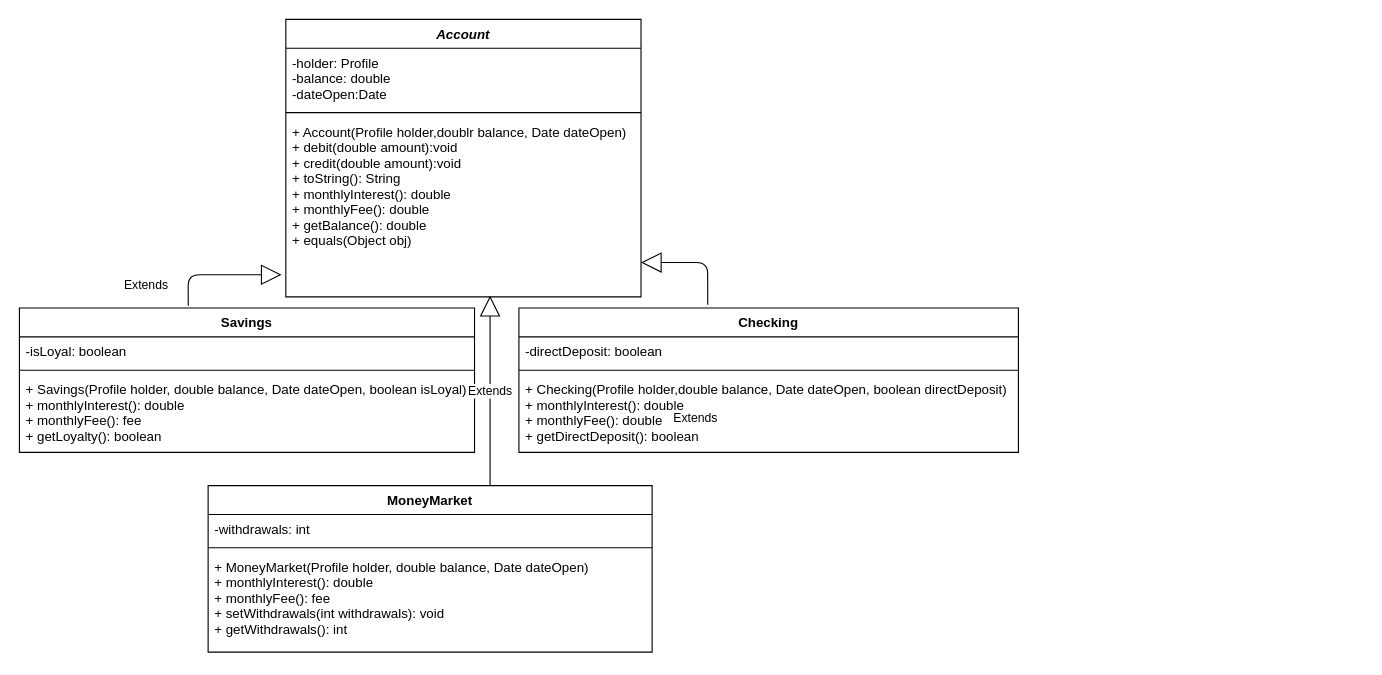
This is Untitled Diagram.drawio from Joseph-Hawkins/Transaction-Management-System, a draw.io file, before an edit. Source tidied: cells renumbered, new cells numbered last; positions are measured from the earlier drawing's top-left corner, leaving out a move shared by most shapes. Both pictures are drawn from the tidied source at 111%, with x=0, y=0 at pixel (19, 19).
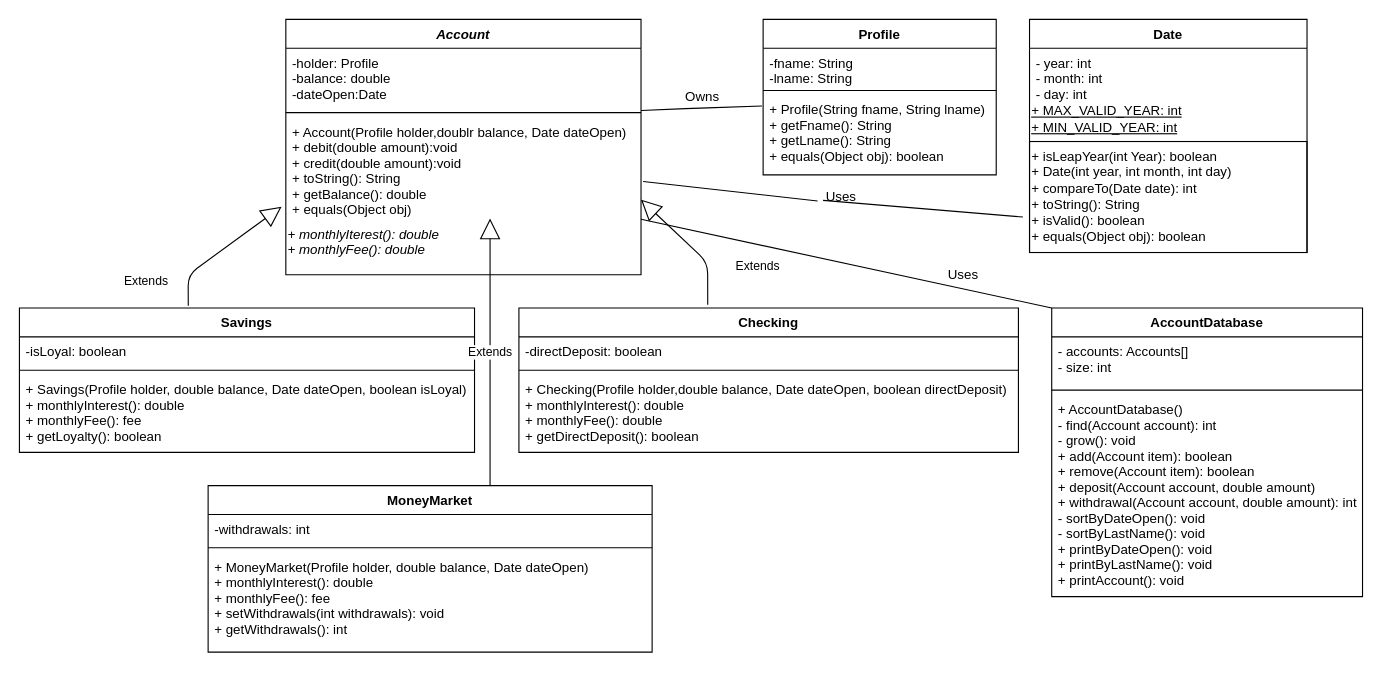
Above is the later version.

The change refers to these unchanged cells:
```xml
<mxCell id="7" value="-holder: Profile&#10;-balance: double&#10;-dateOpen:Date" style="text;strokeColor=none;fillColor=none;align=left;verticalAlign=top;spacingLeft=4;spacingRight=4;overflow=hidden;points=[[0,0.5],[1,0.5]];portConstraint=eastwest;" parent="6" vertex="1">
  <mxGeometry y="26" width="320" height="54" as="geometry" />
</mxCell>
<mxCell id="10" value="Checking" style="swimlane;fontStyle=1;align=center;verticalAlign=top;horizontal=1;startSize=26;" parent="1" vertex="1">
  <mxGeometry x="450" y="260" width="450" height="130" as="geometry" />
</mxCell>
```

The edit, as a diff of the source:
```diff
@@
     <mxCell id="6" value="Account" style="swimlane;fontStyle=3;align=center;verticalAlign=top;horizontal=1;startSize=26;" parent="1" vertex="1">
-      <mxGeometry x="240" width="320" height="250" as="geometry" />
+      <mxGeometry x="240" width="320" height="230" as="geometry" />
     </mxCell>
@@
-    <mxCell id="9" value="+ Account(Profile holder,doublr balance, Date dateOpen)&#10;+ debit(double amount):void&#10;+ credit(double amount):void&#10;+ toString(): String&#10;+ monthlyInterest(): double&#10;+ monthlyFee(): double&#10;+ getBalance(): double&#10;+ equals(Object obj)&#10;" style="text;strokeColor=none;fillColor=none;align=left;verticalAlign=top;spacingLeft=4;spacingRight=4;overflow=hidden;points=[[0,0.5],[1,0.5]];portConstraint=eastwest;fontStyle=0;" parent="6" vertex="1">
-      <mxGeometry y="88" width="320" height="162" as="geometry" />
+    <mxCell id="9" value="+ Account(Profile holder,doublr balance, Date dateOpen)&#10;+ debit(double amount):void&#10;+ credit(double amount):void&#10;+ toString(): String&#10;+ getBalance(): double&#10;+ equals(Object obj)&#10;" style="text;strokeColor=none;fillColor=none;align=left;verticalAlign=top;spacingLeft=4;spacingRight=4;overflow=hidden;points=[[0,0.5],[1,0.5]];portConstraint=eastwest;fontStyle=0;" parent="6" vertex="1">
+      <mxGeometry y="88" width="320" height="92" as="geometry" />
     </mxCell>
+    <mxCell id="21" value="+ monthlyIterest(): double&#10;+ monthlyFee(): double" style="fillColor=none;strokeColor=none;align=left;labelPosition=center;verticalLabelPosition=middle;verticalAlign=top;fontStyle=2;" parent="6" vertex="1">
+      <mxGeometry y="180" width="320" height="50" as="geometry" />
+    </mxCell>
@@
     <mxCell id="19" value="Extends" style="endArrow=block;endSize=16;endFill=0;html=1;exitX=0.378;exitY=-0.023;exitDx=0;exitDy=0;exitPerimeter=0;entryX=1;entryY=0.809;entryDx=0;entryDy=0;entryPerimeter=0;" parent="1" edge="1" source="10" target="9">
-      <mxGeometry y="140" relative="1" as="geometry">
+      <mxGeometry x="-0.23" y="-30" relative="1" as="geometry">
         <Array as="points">
           <mxPoint x="620" y="219" />
         </Array>
+        <mxPoint x="30" y="30" as="offset" />
       </mxGeometry>
     </mxCell>
@@
+    <mxCell id="22" value="Profile" style="swimlane;fontStyle=1;align=center;verticalAlign=top;horizontal=1;startSize=26;" parent="1" vertex="1">
+      <mxGeometry x="670" width="210" height="140" as="geometry" />
+    </mxCell>
+    <mxCell id="23" value="-fname: String&#10;-lname: String" style="text;strokeColor=none;fillColor=none;align=left;verticalAlign=top;spacingLeft=4;spacingRight=4;overflow=hidden;" parent="22" vertex="1">
+      <mxGeometry y="26" width="210" height="34" as="geometry" />
+    </mxCell>
+    <mxCell id="24" style="line;strokeWidth=1;fillColor=none;align=left;verticalAlign=middle;spacingTop=-1;spacingLeft=3;spacingRight=3;labelPosition=right;" parent="22" vertex="1">
+      <mxGeometry y="60" width="210" height="8" as="geometry" />
+    </mxCell>
+    <mxCell id="25" value="+ Profile(String fname, String lname)&#10;+ getFname(): String&#10;+ getLname(): String&#10;+ equals(Object obj): boolean&#10;" style="text;strokeColor=none;fillColor=none;align=left;verticalAlign=top;spacingLeft=4;spacingRight=4;overflow=hidden;points=[[0,0.5],[1,0.5]];portConstraint=eastwest;" parent="22" vertex="1">
+      <mxGeometry y="68" width="210" height="72" as="geometry" />
+    </mxCell>
+    <mxCell id="26" style="endArrow=none;html=1;fontColor=#000000;align=left;entryX=-0.005;entryY=0.139;entryDx=0;entryDy=0;entryPerimeter=0;exitX=1;exitY=1.037;exitDx=0;exitDy=0;exitPerimeter=0;" parent="1" edge="1" source="7" target="25">
+      <mxGeometry relative="1" as="geometry">
+        <Array as="points">
+          <mxPoint x="610" y="80" />
+        </Array>
+      </mxGeometry>
+    </mxCell>
+    <mxCell id="27" value="Owns" style="text;html=1;align=center;verticalAlign=middle;fillColor=none;strokeColor=none;rounded=0;fontColor=#000000;" parent="1" vertex="1">
+      <mxGeometry x="590" y="60" width="50" height="20" as="geometry" />
+    </mxCell>
+    <mxCell id="28" value="Date" style="swimlane;fontStyle=1;align=center;verticalAlign=top;horizontal=1;startSize=26;fillColor=none;gradientColor=none;fontColor=#000000;html=0;" parent="1" vertex="1">
+      <mxGeometry x="910" width="250" height="210" as="geometry" />
+    </mxCell>
+    <mxCell id="29" value="- year: int&#10;- month: int&#10;- day: int" style="text;strokeColor=none;fillColor=none;align=left;verticalAlign=top;spacingLeft=4;spacingRight=4;overflow=hidden;fontStyle=0;" parent="28" vertex="1">
+      <mxGeometry y="26" width="250" height="84" as="geometry" />
+    </mxCell>
+    <mxCell id="30" value="+ isLeapYear(int Year): boolean&lt;br&gt;+ Date(int year, int month, int day)&lt;br&gt;+ compareTo(Date date): int&lt;br&gt;+ toString(): String&lt;br&gt;+ isValid(): boolean&lt;br&gt;+ equals(Object obj): boolean&lt;br&gt;" style="whiteSpace=wrap;html=1;strokeColor=#000000;fillColor=none;gradientColor=none;fontColor=#000000;align=left;verticalAlign=top;" parent="28" vertex="1">
+      <mxGeometry y="110" width="250" height="100" as="geometry" />
+    </mxCell>
+    <mxCell id="31" value="&lt;u&gt;+ MAX_VALID_YEAR: int&lt;/u&gt;&lt;br&gt;&lt;u&gt;+ MIN_VALID_YEAR: int&lt;/u&gt;" style="whiteSpace=wrap;html=1;fillColor=none;gradientColor=none;fontColor=#000000;align=left;strokeColor=none;" parent="1" vertex="1">
+      <mxGeometry x="910" y="80" width="160" height="20" as="geometry" />
+    </mxCell>
+    <mxCell id="32" style="endArrow=none;html=1;fontColor=#000000;align=left;entryX=-0.024;entryY=0.68;entryDx=0;entryDy=0;entryPerimeter=0;exitX=0.1;exitY=0.65;exitDx=0;exitDy=0;exitPerimeter=0;" parent="1" edge="1" source="33" target="30">
+      <mxGeometry relative="1" as="geometry" />
+    </mxCell>
+    <mxCell id="33" value="Uses" style="text;html=1;align=center;verticalAlign=middle;points=[];fillColor=none;strokeColor=none;rounded=0;fontColor=#000000;" parent="1" vertex="1">
+      <mxGeometry x="720" y="150" width="40" height="20" as="geometry" />
+    </mxCell>
+    <mxCell id="34" style="endArrow=none;html=1;fontColor=#000000;align=left;entryX=-0.024;entryY=0.68;entryDx=0;entryDy=0;entryPerimeter=0;exitX=1.006;exitY=0.63;exitDx=0;exitDy=0;exitPerimeter=0;" parent="1" edge="1" source="9" target="33">
+      <mxGeometry relative="1" as="geometry" />
+    </mxCell>
+    <mxCell id="35" value="Uses" style="text;html=1;align=center;verticalAlign=middle;fillColor=none;strokeColor=none;rounded=0;fontColor=#000000;" parent="1" vertex="1">
+      <mxGeometry x="830" y="220" width="40" height="20" as="geometry" />
+    </mxCell>
+    <mxCell id="36" value="AccountDatabase" style="swimlane;fontStyle=1;align=center;verticalAlign=top;horizontal=1;startSize=26;strokeColor=#000000;fillColor=none;gradientColor=none;fontColor=#000000;html=0;" parent="1" vertex="1">
+      <mxGeometry x="930" y="260" width="280" height="260" as="geometry" />
+    </mxCell>
+    <mxCell id="37" style="endArrow=none;html=1;fontColor=#000000;align=left;" parent="36" edge="1">
+      <mxGeometry relative="1" as="geometry">
+        <mxPoint x="-370" y="-80" as="sourcePoint" />
+        <mxPoint as="targetPoint" />
+      </mxGeometry>
+    </mxCell>
+    <mxCell id="38" value="- accounts: Accounts[]&#10;- size: int" style="text;strokeColor=none;fillColor=none;align=left;verticalAlign=top;spacingLeft=4;spacingRight=4;overflow=hidden;" parent="36" vertex="1">
+      <mxGeometry y="26" width="280" height="44" as="geometry" />
+    </mxCell>
+    <mxCell id="39" style="line;strokeWidth=1;fillColor=none;align=left;verticalAlign=middle;spacingTop=-1;spacingLeft=3;spacingRight=3;labelPosition=right;" parent="36" vertex="1">
+      <mxGeometry y="70" width="280" height="8" as="geometry" />
+    </mxCell>
+    <mxCell id="40" value="+ AccountDatabase()&#10;- find(Account account): int&#10;- grow(): void&#10;+ add(Account item): boolean&#10;+ remove(Account item): boolean&#10;+ deposit(Account account, double amount)&#10;+ withdrawal(Account account, double amount): int&#10;- sortByDateOpen(): void&#10;- sortByLastName(): void&#10;+ printByDateOpen(): void&#10;+ printByLastName(): void&#10;+ printAccount(): void" style="text;strokeColor=none;fillColor=none;align=left;verticalAlign=top;spacingLeft=4;spacingRight=4;overflow=hidden;" parent="36" vertex="1">
+      <mxGeometry y="78" width="280" height="182" as="geometry" />
+    </mxCell>
```
